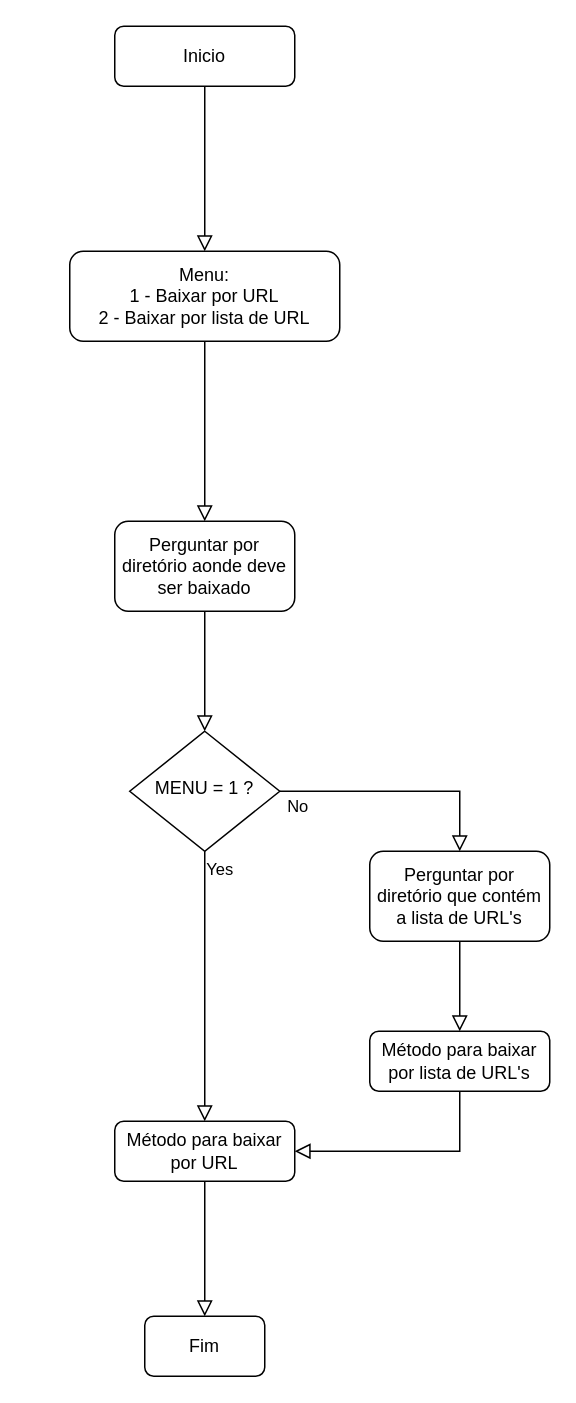
Before: arch/Fluxograma v1.0.0.drawio in joaomneto93/data-extraction-scheduled, a draw.io diagram. Source tidied: cells renumbered, new cells numbered last; positions are measured from the earlier drawing's top-left corner, leaving out a move shared by most shapes. Both pictures are drawn from the tidied source at 150%, with x=0, y=0 at pixel (69, 26).
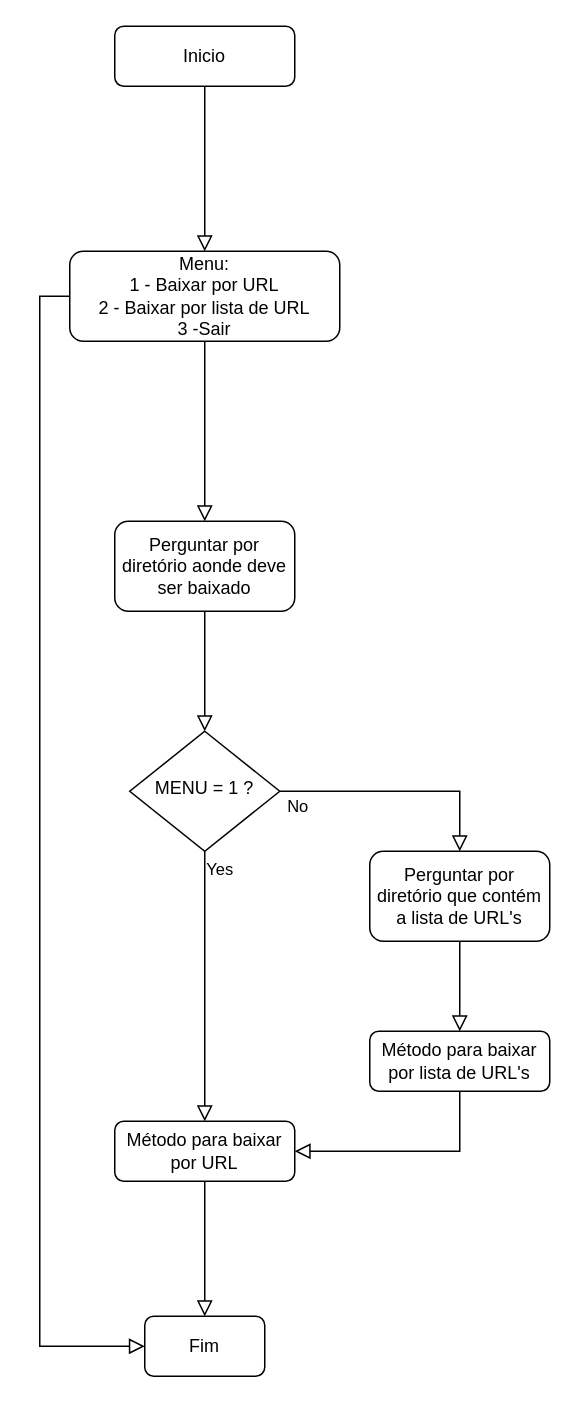
The same page after the edit.

Commit message (it also covers changes not shown here):
Alterado o fluxograma

Diff of the diagram source:
```diff
@@
 <mxGraphModel>
   <root>
     <mxCell id="0" />
     <mxCell id="1" parent="0" />
     <mxCell id="2" style="rounded=0;html=1;jettySize=auto;fontSize=11;endArrow=block;endFill=0;endSize=8;strokeWidth=1;shadow=0;labelBackgroundColor=none;edgeStyle=orthogonalEdgeStyle;entryX=0.5;entryY=0;entryDx=0;entryDy=0;" parent="1" edge="1" source="3" target="9">
       <mxGeometry relative="1" as="geometry" />
     </mxCell>
     <mxCell id="3" value="Inicio" style="rounded=1;whiteSpace=wrap;html=1;fontSize=12;glass=0;strokeWidth=1;shadow=0;" parent="1" vertex="1">
       <mxGeometry x="30" width="120" height="40" as="geometry" />
     </mxCell>
     <mxCell id="4" value="Yes" style="rounded=0;html=1;jettySize=auto;fontSize=11;endArrow=block;endFill=0;endSize=8;strokeWidth=1;shadow=0;labelBackgroundColor=none;edgeStyle=orthogonalEdgeStyle;exitX=0.5;exitY=1;exitDx=0;exitDy=0;" parent="1" edge="1" source="6" target="7">
       <mxGeometry x="-0.87" y="10" relative="1" as="geometry" />
     </mxCell>
     <mxCell id="5" value="No" style="edgeStyle=orthogonalEdgeStyle;rounded=0;html=1;jettySize=auto;fontSize=11;endArrow=block;endFill=0;endSize=8;strokeWidth=1;shadow=0;labelBackgroundColor=none;exitX=1;exitY=0.5;exitDx=0;exitDy=0;entryX=0.5;entryY=0;entryDx=0;entryDy=0;" parent="1" edge="1" source="6" target="16">
       <mxGeometry x="-0.85" y="-10" relative="1" as="geometry" />
     </mxCell>
     <mxCell id="6" value="MENU = 1 ?" style="rhombus;whiteSpace=wrap;html=1;shadow=0;fontFamily=Helvetica;fontSize=12;align=center;strokeWidth=1;spacing=6;spacingTop=-4;" parent="1" vertex="1">
       <mxGeometry x="40" y="470" width="100" height="80" as="geometry" />
     </mxCell>
     <mxCell id="7" value="Método para baixar por URL" style="rounded=1;whiteSpace=wrap;html=1;fontSize=12;glass=0;strokeWidth=1;shadow=0;" parent="1" vertex="1">
       <mxGeometry x="30" y="730" width="120" height="40" as="geometry" />
     </mxCell>
     <mxCell id="8" value="Método para baixar por lista de URL's" style="rounded=1;whiteSpace=wrap;html=1;fontSize=12;glass=0;strokeWidth=1;shadow=0;" parent="1" vertex="1">
       <mxGeometry x="200" y="670" width="120" height="40" as="geometry" />
     </mxCell>
-    <mxCell id="9" value="Menu:&lt;br&gt;1 - Baixar por URL&lt;br&gt;2 - Baixar por lista de URL" style="rounded=1;whiteSpace=wrap;html=1;" parent="1" vertex="1">
+    <mxCell id="9" value="Menu:&lt;br&gt;1 - Baixar por URL&lt;br&gt;2 - Baixar por lista de URL&lt;br&gt;3 -Sair" style="rounded=1;whiteSpace=wrap;html=1;" parent="1" vertex="1">
       <mxGeometry y="150" width="180" height="60" as="geometry" />
     </mxCell>
     <mxCell id="10" style="rounded=0;html=1;jettySize=auto;fontSize=11;endArrow=block;endFill=0;endSize=8;strokeWidth=1;shadow=0;labelBackgroundColor=none;edgeStyle=orthogonalEdgeStyle;exitX=0.5;exitY=1;exitDx=0;exitDy=0;entryX=0.5;entryY=0;entryDx=0;entryDy=0;" parent="1" edge="1" source="9" target="11">
       <mxGeometry relative="1" as="geometry" />
     </mxCell>
     <mxCell id="11" value="Perguntar por diretório aonde deve ser baixado&lt;br&gt;" style="rounded=1;whiteSpace=wrap;html=1;" parent="1" vertex="1">
       <mxGeometry x="30" y="330" width="120" height="60" as="geometry" />
     </mxCell>
     <mxCell id="12" style="rounded=0;html=1;jettySize=auto;fontSize=11;endArrow=block;endFill=0;endSize=8;strokeWidth=1;shadow=0;labelBackgroundColor=none;edgeStyle=orthogonalEdgeStyle;exitX=0.5;exitY=1;exitDx=0;exitDy=0;entryX=0.5;entryY=0;entryDx=0;entryDy=0;" parent="1" edge="1" source="11" target="6">
       <mxGeometry relative="1" as="geometry" />
     </mxCell>
     <mxCell id="13" style="rounded=0;html=1;jettySize=auto;fontSize=11;endArrow=block;endFill=0;endSize=8;strokeWidth=1;shadow=0;labelBackgroundColor=none;edgeStyle=orthogonalEdgeStyle;exitX=0.5;exitY=1;exitDx=0;exitDy=0;entryX=1;entryY=0.5;entryDx=0;entryDy=0;" parent="1" edge="1" source="8" target="7">
       <mxGeometry relative="1" as="geometry" />
     </mxCell>
     <mxCell id="14" value="Fim" style="rounded=1;whiteSpace=wrap;html=1;" parent="1" vertex="1">
       <mxGeometry x="50" y="860" width="80" height="40" as="geometry" />
     </mxCell>
     <mxCell id="15" style="rounded=0;html=1;jettySize=auto;fontSize=11;endArrow=block;endFill=0;endSize=8;strokeWidth=1;shadow=0;labelBackgroundColor=none;edgeStyle=orthogonalEdgeStyle;exitX=0.5;exitY=1;exitDx=0;exitDy=0;" parent="1" edge="1" source="7" target="14">
       <mxGeometry relative="1" as="geometry" />
     </mxCell>
     <mxCell id="16" value="Perguntar por diretório que contém a lista de URL's" style="rounded=1;whiteSpace=wrap;html=1;" parent="1" vertex="1">
       <mxGeometry x="200" y="550" width="120" height="60" as="geometry" />
     </mxCell>
     <mxCell id="17" style="rounded=0;html=1;jettySize=auto;fontSize=11;endArrow=block;endFill=0;endSize=8;strokeWidth=1;shadow=0;labelBackgroundColor=none;edgeStyle=orthogonalEdgeStyle;exitX=0.5;exitY=1;exitDx=0;exitDy=0;entryX=0.5;entryY=0;entryDx=0;entryDy=0;" parent="1" edge="1" source="16" target="8">
       <mxGeometry relative="1" as="geometry" />
     </mxCell>
+    <mxCell id="18" style="rounded=0;html=1;jettySize=auto;fontSize=11;endArrow=block;endFill=0;endSize=8;strokeWidth=1;shadow=0;labelBackgroundColor=none;edgeStyle=orthogonalEdgeStyle;exitX=0;exitY=0.5;exitDx=0;exitDy=0;entryX=0;entryY=0.5;entryDx=0;entryDy=0;" parent="1" edge="1" source="9" target="14">
+      <mxGeometry relative="1" as="geometry" />
+    </mxCell>
   </root>
 </mxGraphModel>
```
